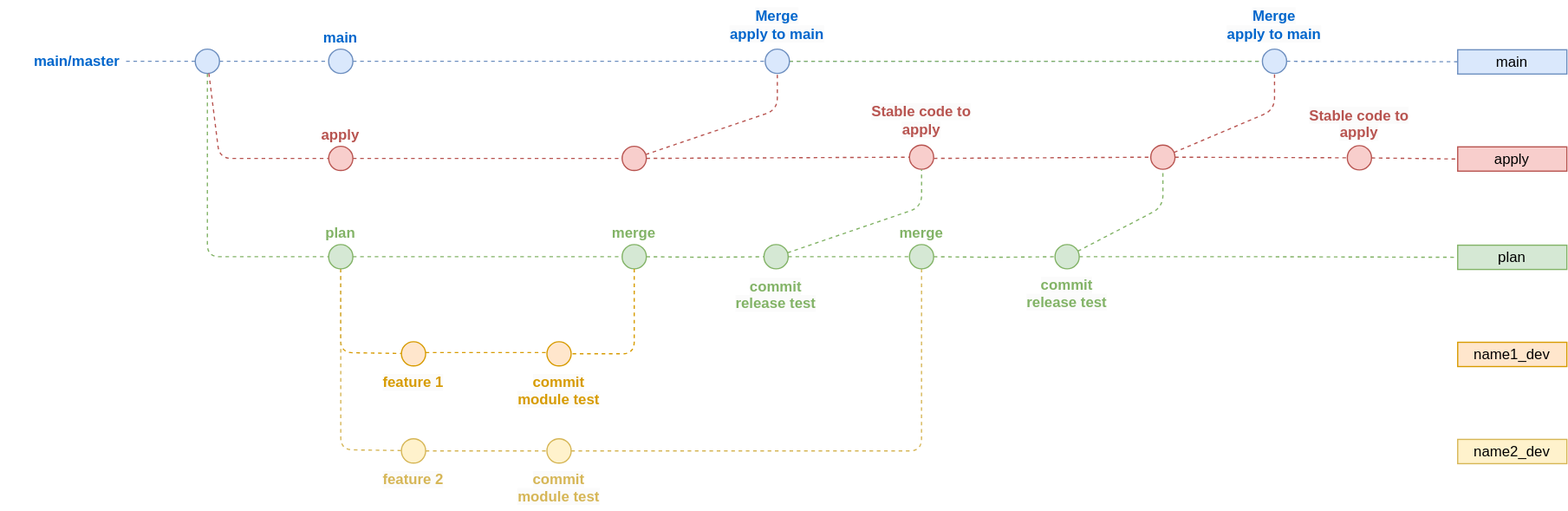
This is img/branch.drawio.svg from avaloqcloud/acf_devops, a draw.io export, as it was before one commit. Source tidied: cells renumbered, new cells last; positions are measured from the earlier drawing's top-left corner, leaving out a move shared by most shapes.
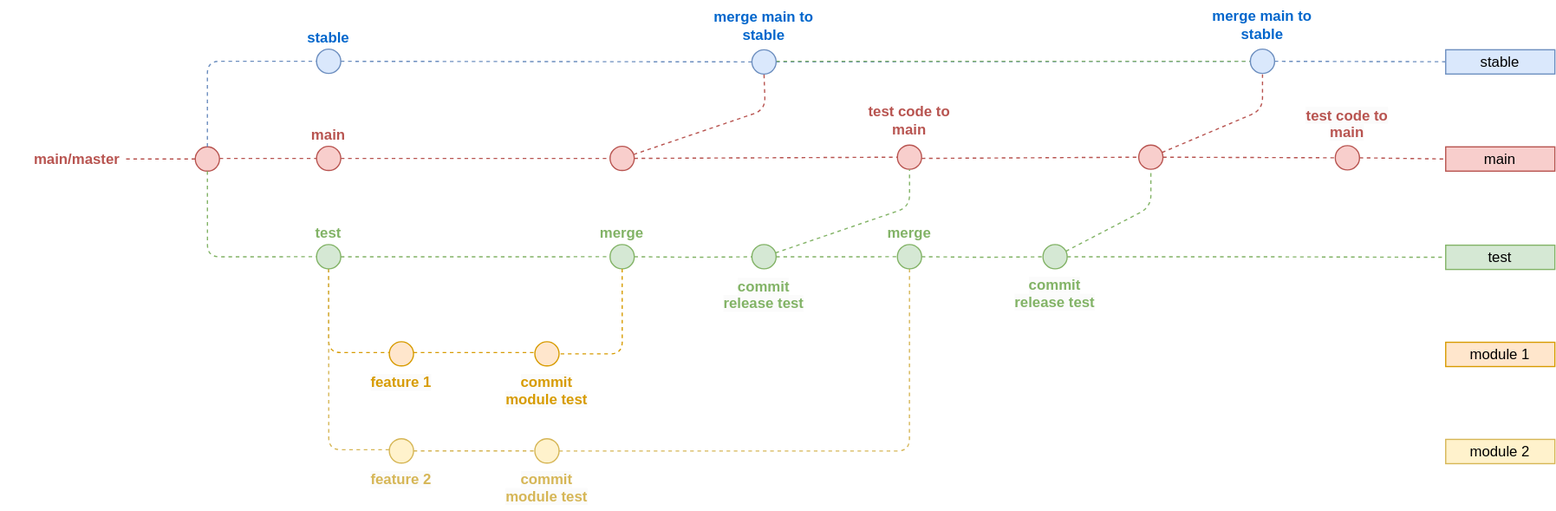
After the commit.

The edit, as a diff of the source:
```diff
@@ -7,17 +7,10 @@
         <mxPoint x="1060" y="50" as="sourcePoint" />
       </mxGeometry>
     </mxCell>
-    <mxCell id="3" style="edgeStyle=orthogonalEdgeStyle;rounded=1;jettySize=auto;html=1;dashed=1;endArrow=none;endFill=0;fillColor=#d5e8d4;strokeColor=#82b366;entryX=0;entryY=0.5;entryDx=0;entryDy=0;" parent="1" edge="1" source="4" target="47">
-      <mxGeometry relative="1" as="geometry">
-        <Array as="points">
-          <mxPoint x="170" y="211" />
-        </Array>
-      </mxGeometry>
-    </mxCell>
-    <mxCell id="4" style="ellipse;whiteSpace=wrap;html=1;fillColor=#dae8fc;strokeColor=#6c8ebf;fontStyle=1;labelPosition=center;verticalLabelPosition=top;align=center;verticalAlign=bottom;fontColor=#0066CC;" parent="1" vertex="1">
-      <mxGeometry x="160" y="40" width="20" height="20" as="geometry" />
+    <mxCell id="4" style="ellipse;whiteSpace=wrap;html=1;fillColor=#F8CECC;strokeColor=#B85450;fontStyle=1;labelPosition=center;verticalLabelPosition=top;align=center;verticalAlign=bottom;fontColor=#0066CC;" parent="1" vertex="1">
+      <mxGeometry x="170" y="120.5" width="20" height="20" as="geometry" />
     </mxCell>
-    <mxCell id="5" value="main" style="text;html=1;strokeColor=#6c8ebf;fillColor=#dae8fc;align=center;verticalAlign=middle;whiteSpace=wrap;rounded=0;" parent="1" vertex="1">
+    <mxCell id="5" value="stable" style="text;html=1;strokeColor=#6c8ebf;fillColor=#dae8fc;align=center;verticalAlign=middle;whiteSpace=wrap;rounded=0;" parent="1" vertex="1">
       <mxGeometry x="1201.1" y="40.5" width="90" height="20" as="geometry" />
     </mxCell>
     <mxCell id="6" style="endArrow=none;dashed=1;html=1;fillColor=#dae8fc;strokeColor=#6c8ebf;" parent="1" edge="1" source="38">
@@ -25,7 +18,7 @@
         <mxPoint x="1040" y="50" as="targetPoint" />
       </mxGeometry>
     </mxCell>
-    <mxCell id="7" value="apply" style="text;html=1;strokeColor=#b85450;fillColor=#f8cecc;align=center;verticalAlign=middle;whiteSpace=wrap;rounded=0;" parent="1" vertex="1">
+    <mxCell id="7" value="main" style="text;html=1;strokeColor=#b85450;fillColor=#f8cecc;align=center;verticalAlign=middle;whiteSpace=wrap;rounded=0;" parent="1" vertex="1">
       <mxGeometry x="1201.1" y="120.5" width="90" height="20" as="geometry" />
     </mxCell>
     <mxCell id="8" style="edgeStyle=orthogonalEdgeStyle;rounded=1;jettySize=auto;html=1;dashed=1;endArrow=none;endFill=0;fillColor=#d5e8d4;strokeColor=#82b366;" parent="1" edge="1" source="21" target="10">
@@ -39,7 +32,7 @@
         </Array>
       </mxGeometry>
     </mxCell>
-    <mxCell id="10" value="plan" style="text;html=1;strokeColor=#82b366;fillColor=#d5e8d4;align=center;verticalAlign=middle;whiteSpace=wrap;rounded=0;" parent="1" vertex="1">
+    <mxCell id="10" value="test" style="text;html=1;strokeColor=#82b366;fillColor=#d5e8d4;align=center;verticalAlign=middle;whiteSpace=wrap;rounded=0;" parent="1" vertex="1">
       <mxGeometry x="1201.1" y="201.5" width="90" height="20" as="geometry" />
     </mxCell>
     <mxCell id="11" style="edgeStyle=orthogonalEdgeStyle;rounded=1;jettySize=auto;html=1;dashed=1;endArrow=none;endFill=0;fillColor=#d5e8d4;strokeColor=#82b366;entryX=0;entryY=0.5;entryDx=0;entryDy=0;" parent="1" edge="1" source="47">
@@ -58,7 +51,7 @@
     <mxCell id="14" style="endArrow=none;dashed=1;html=1;fillColor=#dae8fc;strokeColor=#6c8ebf;entryX=0;entryY=0.5;entryDx=0;entryDy=0;" parent="1" edge="1" source="4" target="23">
       <mxGeometry relative="1" as="geometry">
         <Array as="points">
-          <mxPoint x="210" y="50" />
+          <mxPoint x="180" y="50" />
         </Array>
       </mxGeometry>
     </mxCell>
@@ -78,10 +71,10 @@
         <mxPoint x="748.9" y="211" as="targetPoint" />
       </mxGeometry>
     </mxCell>
-    <mxCell id="18" value="name1_dev" style="text;html=1;strokeColor=#d79b00;fillColor=#ffe6cc;align=center;verticalAlign=middle;whiteSpace=wrap;rounded=0;" parent="1" vertex="1">
+    <mxCell id="18" value="module 1" style="text;html=1;strokeColor=#d79b00;fillColor=#ffe6cc;align=center;verticalAlign=middle;whiteSpace=wrap;rounded=0;" parent="1" vertex="1">
       <mxGeometry x="1201.1" y="281.5" width="90" height="20" as="geometry" />
     </mxCell>
-    <mxCell id="19" value="name2_dev" style="text;html=1;strokeColor=#d6b656;fillColor=#fff2cc;align=center;verticalAlign=middle;whiteSpace=wrap;rounded=0;" parent="1" vertex="1">
+    <mxCell id="19" value="module 2" style="text;html=1;strokeColor=#d6b656;fillColor=#fff2cc;align=center;verticalAlign=middle;whiteSpace=wrap;rounded=0;" parent="1" vertex="1">
       <mxGeometry x="1201.1" y="361.5" width="90" height="20" as="geometry" />
     </mxCell>
     <mxCell id="20" style="edgeStyle=orthogonalEdgeStyle;rounded=1;jettySize=auto;html=1;dashed=1;endArrow=none;endFill=0;fontSize=12;fontColor=#FFB570;fillColor=#e1d5e7;strokeColor=#D79B00;" parent="1" edge="1" source="51" target="58">
@@ -100,17 +93,17 @@
         <mxPoint x="768.9" y="211" as="sourcePoint" />
       </mxGeometry>
     </mxCell>
-    <mxCell id="23" value="main" style="ellipse;whiteSpace=wrap;html=1;fillColor=#dae8fc;strokeColor=#6c8ebf;fontStyle=1;labelPosition=center;verticalLabelPosition=top;align=center;verticalAlign=bottom;fontColor=#0066CC;" parent="1" vertex="1">
+    <mxCell id="23" value="stable" style="ellipse;whiteSpace=wrap;html=1;fillColor=#dae8fc;strokeColor=#6c8ebf;fontStyle=1;labelPosition=center;verticalLabelPosition=top;align=center;verticalAlign=bottom;fontColor=#0066CC;" parent="1" vertex="1">
       <mxGeometry x="270" y="40" width="20" height="20" as="geometry" />
     </mxCell>
     <mxCell id="24" style="endArrow=none;dashed=1;html=1;fillColor=#dae8fc;strokeColor=#6c8ebf;entryX=0;entryY=0.5;entryDx=0;entryDy=0;exitX=1;exitY=0.5;exitDx=0;exitDy=0;" parent="1" edge="1" source="23" target="38">
       <mxGeometry relative="1" as="geometry" />
     </mxCell>
-    <mxCell id="25" style="endArrow=none;dashed=1;html=1;fillColor=#dae8fc;strokeColor=#6c8ebf;exitX=0;exitY=0.5;exitDx=0;exitDy=0;entryX=1;entryY=0.5;entryDx=0;entryDy=0;" parent="1" edge="1" source="4" target="26">
+    <mxCell id="25" style="endArrow=none;dashed=1;html=1;fillColor=#dae8fc;strokeColor=#B85450;exitX=0;exitY=0.5;exitDx=0;exitDy=0;entryX=1;entryY=0.5;entryDx=0;entryDy=0;" parent="1" edge="1" source="4" target="26">
       <mxGeometry relative="1" as="geometry" />
     </mxCell>
-    <mxCell id="26" value="&lt;span style=&quot;color: rgb(0, 102, 204); font-family: Helvetica; font-size: 12px; font-style: normal; font-variant-ligatures: normal; font-variant-caps: normal; font-weight: 700; letter-spacing: normal; orphans: 2; text-indent: 0px; text-transform: none; widows: 2; word-spacing: 0px; -webkit-text-stroke-width: 0px; text-decoration-thickness: initial; text-decoration-style: initial; text-decoration-color: initial; float: none; display: inline !important;&quot;&gt;main/master&lt;/span&gt;" style="text;whiteSpace=wrap;html=1;align=right;verticalAlign=middle;labelBackgroundColor=default;" parent="1" vertex="1">
-      <mxGeometry y="30" width="100" height="40" as="geometry" />
+    <mxCell id="26" value="&lt;span style=&quot;font-family: Helvetica; font-size: 12px; font-style: normal; font-variant-ligatures: normal; font-variant-caps: normal; font-weight: 700; letter-spacing: normal; orphans: 2; text-indent: 0px; text-transform: none; widows: 2; word-spacing: 0px; -webkit-text-stroke-width: 0px; text-decoration-thickness: initial; float: none; display: inline !important;&quot;&gt;&lt;font color=&quot;#b85450&quot;&gt;main/master&lt;/font&gt;&lt;/span&gt;" style="text;whiteSpace=wrap;html=1;align=right;verticalAlign=middle;labelBackgroundColor=default;" parent="1" vertex="1">
+      <mxGeometry x="10" y="110.5" width="100" height="40" as="geometry" />
     </mxCell>
     <mxCell id="27" style="endArrow=none;dashed=1;html=1;fillColor=#f8cecc;strokeColor=#b85450;endFill=0;" parent="1" edge="1" source="36" target="38">
       <mxGeometry relative="1" as="geometry">
@@ -156,12 +149,12 @@
       <mxGeometry x="512" y="120" width="20" height="20" as="geometry" />
     </mxCell>
     <mxCell id="37" style="group;" parent="1" vertex="1">
-      <mxGeometry x="590" width="100" height="60" as="geometry" />
+      <mxGeometry x="589" y="0.5" width="100" height="60" as="geometry" />
     </mxCell>
     <mxCell id="38" style="ellipse;whiteSpace=wrap;html=1;fillColor=#dae8fc;strokeColor=#6c8ebf;fontStyle=1;labelPosition=center;verticalLabelPosition=top;align=center;verticalAlign=bottom;fontColor=#0066CC;" parent="37" vertex="1">
       <mxGeometry x="40" y="40" width="20" height="20" as="geometry" />
     </mxCell>
-    <mxCell id="39" value="&lt;span style=&quot;color: rgb(0, 102, 204); font-family: Helvetica; font-size: 12px; font-style: normal; font-variant-ligatures: normal; font-variant-caps: normal; font-weight: 700; letter-spacing: normal; orphans: 2; text-indent: 0px; text-transform: none; widows: 2; word-spacing: 0px; -webkit-text-stroke-width: 0px; background-color: rgb(251, 251, 251); text-decoration-thickness: initial; text-decoration-style: initial; text-decoration-color: initial; float: none; display: inline !important;&quot;&gt;Merge &lt;br&gt;apply to main&lt;/span&gt;" style="text;whiteSpace=wrap;html=1;verticalAlign=middle;align=center;" parent="37" vertex="1">
+    <mxCell id="39" value="&lt;div style=&quot;orphans: 2; widows: 2;&quot;&gt;&lt;font color=&quot;#0066cc&quot;&gt;&lt;span style=&quot;caret-color: rgb(0, 102, 204);&quot;&gt;&lt;b&gt;merge main to stable&lt;/b&gt;&lt;/span&gt;&lt;/font&gt;&lt;/div&gt;" style="text;whiteSpace=wrap;html=1;verticalAlign=middle;align=center;" parent="37" vertex="1">
       <mxGeometry width="100" height="40" as="geometry" />
     </mxCell>
     <mxCell id="40" style="group;" parent="1" vertex="1">
@@ -170,20 +163,15 @@
     <mxCell id="41" style="ellipse;whiteSpace=wrap;html=1;fillColor=#f8cecc;strokeColor=#b85450;" parent="40" vertex="1">
       <mxGeometry x="40" y="40" width="20" height="20" as="geometry" />
     </mxCell>
-    <mxCell id="42" value="&lt;span style=&quot;font-family: Helvetica; font-size: 12px; font-style: normal; font-variant-ligatures: normal; font-variant-caps: normal; font-weight: 700; letter-spacing: normal; orphans: 2; text-indent: 0px; text-transform: none; widows: 2; word-spacing: 0px; -webkit-text-stroke-width: 0px; background-color: rgb(251, 251, 251); text-decoration-thickness: initial; text-decoration-style: initial; text-decoration-color: initial; float: none; display: inline !important;&quot;&gt;&lt;font color=&quot;#b85450&quot;&gt;Stable code to apply&lt;/font&gt;&lt;/span&gt;" style="text;whiteSpace=wrap;html=1;align=center;verticalAlign=middle;" parent="40" vertex="1">
-      <mxGeometry width="100" height="40" as="geometry" />
-    </mxCell>
     <mxCell id="43" style="endArrow=none;dashed=1;html=1;fillColor=#f8cecc;strokeColor=#b85450;endFill=0;entryX=0;entryY=0.5;entryDx=0;entryDy=0;" parent="1" edge="1" source="29" target="7">
       <mxGeometry relative="1" as="geometry" />
     </mxCell>
-    <mxCell id="44" style="endArrow=none;dashed=1;html=1;fillColor=#f8cecc;strokeColor=#b85450;entryX=0;entryY=0.5;entryDx=0;entryDy=0;endFill=0;" parent="1" edge="1" source="4" target="45">
+    <mxCell id="44" style="endArrow=none;dashed=1;html=1;fillColor=#f8cecc;strokeColor=#b85450;entryX=0;entryY=0.5;entryDx=0;entryDy=0;endFill=0;" parent="1" edge="1" target="45">
       <mxGeometry relative="1" as="geometry">
-        <Array as="points">
-          <mxPoint x="180" y="130" />
-        </Array>
+        <mxPoint x="190" y="130" as="sourcePoint" />
       </mxGeometry>
     </mxCell>
-    <mxCell id="45" value="apply" style="ellipse;whiteSpace=wrap;html=1;fillColor=#f8cecc;strokeColor=#b85450;fontStyle=1;labelPosition=center;verticalLabelPosition=top;align=center;verticalAlign=bottom;fontColor=#B85450;" parent="1" vertex="1">
+    <mxCell id="45" value="main" style="ellipse;whiteSpace=wrap;html=1;fillColor=#f8cecc;strokeColor=#b85450;fontStyle=1;labelPosition=center;verticalLabelPosition=top;align=center;verticalAlign=bottom;fontColor=#B85450;" parent="1" vertex="1">
       <mxGeometry x="270" y="120" width="20" height="20" as="geometry" />
     </mxCell>
     <mxCell id="46" style="edgeStyle=orthogonalEdgeStyle;rounded=1;jettySize=auto;html=1;dashed=1;endArrow=none;endFill=0;fillColor=#d5e8d4;strokeColor=#82b366;entryX=0;entryY=0.5;entryDx=0;entryDy=0;" parent="1" edge="1" target="47">
@@ -191,7 +179,7 @@
         <mxPoint x="290" y="211" as="sourcePoint" />
       </mxGeometry>
     </mxCell>
-    <mxCell id="47" value="&lt;font color=&quot;#82b366&quot;&gt;plan&lt;/font&gt;" style="ellipse;whiteSpace=wrap;html=1;fillColor=#d5e8d4;strokeColor=#82b366;fontStyle=1;labelPosition=center;verticalLabelPosition=top;align=center;verticalAlign=bottom;" parent="1" vertex="1">
+    <mxCell id="47" value="&lt;font color=&quot;#82b366&quot;&gt;test&lt;/font&gt;" style="ellipse;whiteSpace=wrap;html=1;fillColor=#d5e8d4;strokeColor=#82b366;fontStyle=1;labelPosition=center;verticalLabelPosition=top;align=center;verticalAlign=bottom;" parent="1" vertex="1">
       <mxGeometry x="270" y="201" width="20" height="20" as="geometry" />
     </mxCell>
     <mxCell id="48" value="&lt;font color=&quot;#82b366&quot;&gt;merge&lt;/font&gt;" style="ellipse;whiteSpace=wrap;html=1;fillColor=#d5e8d4;strokeColor=#82b366;fontStyle=1;labelPosition=center;verticalLabelPosition=top;align=center;verticalAlign=bottom;" parent="1" vertex="1">
@@ -253,7 +241,7 @@
         </Array>
       </mxGeometry>
     </mxCell>
-    <mxCell id="65" value="&lt;span style=&quot;color: rgb(184, 84, 80); font-family: Helvetica; font-size: 12px; font-style: normal; font-variant-ligatures: normal; font-variant-caps: normal; font-weight: 700; letter-spacing: normal; orphans: 2; text-indent: 0px; text-transform: none; widows: 2; word-spacing: 0px; -webkit-text-stroke-width: 0px; background-color: rgb(251, 251, 251); text-decoration-thickness: initial; text-decoration-style: initial; text-decoration-color: initial; float: none; display: inline !important;&quot;&gt;Stable code to apply&lt;/span&gt;" style="text;whiteSpace=wrap;html=1;align=center;" parent="1" vertex="1">
+    <mxCell id="65" value="&lt;span style=&quot;color: rgb(184, 84, 80); font-family: Helvetica; font-size: 12px; font-style: normal; font-variant-ligatures: normal; font-variant-caps: normal; font-weight: 700; letter-spacing: normal; orphans: 2; text-indent: 0px; text-transform: none; widows: 2; word-spacing: 0px; -webkit-text-stroke-width: 0px; background-color: rgb(251, 251, 251); text-decoration-thickness: initial; text-decoration-style: initial; text-decoration-color: initial; float: none; display: inline !important;&quot;&gt;test code to main&lt;/span&gt;" style="text;whiteSpace=wrap;html=1;align=center;" parent="1" vertex="1">
       <mxGeometry x="1070" y="80.5" width="100" height="40" as="geometry" />
     </mxCell>
     <mxCell id="66" style="endArrow=none;dashed=1;html=1;fillColor=#f8cecc;strokeColor=#82B366;endFill=0;" parent="1" edge="1" source="21" target="28">
@@ -272,8 +260,18 @@
     <mxCell id="69" style="ellipse;whiteSpace=wrap;html=1;fillColor=#dae8fc;strokeColor=#6c8ebf;fontStyle=1;labelPosition=center;verticalLabelPosition=top;align=center;verticalAlign=bottom;fontColor=#0066CC;" parent="68" vertex="1">
       <mxGeometry x="40" y="40" width="20" height="20" as="geometry" />
     </mxCell>
-    <mxCell id="70" value="&lt;span style=&quot;color: rgb(0, 102, 204); font-family: Helvetica; font-size: 12px; font-style: normal; font-variant-ligatures: normal; font-variant-caps: normal; font-weight: 700; letter-spacing: normal; orphans: 2; text-indent: 0px; text-transform: none; widows: 2; word-spacing: 0px; -webkit-text-stroke-width: 0px; background-color: rgb(251, 251, 251); text-decoration-thickness: initial; text-decoration-style: initial; text-decoration-color: initial; float: none; display: inline !important;&quot;&gt;Merge &lt;br&gt;apply to main&lt;/span&gt;" style="text;whiteSpace=wrap;html=1;verticalAlign=middle;align=center;" parent="68" vertex="1">
+    <mxCell id="70" value="&lt;div style=&quot;orphans: 2; widows: 2;&quot;&gt;&lt;font color=&quot;#0066cc&quot;&gt;&lt;span style=&quot;caret-color: rgb(0, 102, 204);&quot;&gt;&lt;b&gt;merge main to stable&lt;/b&gt;&lt;/span&gt;&lt;/font&gt;&lt;/div&gt;" style="text;whiteSpace=wrap;html=1;verticalAlign=middle;align=center;" parent="68" vertex="1">
       <mxGeometry width="100" height="40" as="geometry" />
     </mxCell>
+    <mxCell id="3" style="edgeStyle=orthogonalEdgeStyle;rounded=1;jettySize=auto;html=1;dashed=1;endArrow=none;endFill=0;fillColor=#d5e8d4;strokeColor=#82b366;entryX=0;entryY=0.5;entryDx=0;entryDy=0;exitX=0.5;exitY=1;exitDx=0;exitDy=0;" parent="1" edge="1" source="4" target="47">
+      <mxGeometry relative="1" as="geometry">
+        <Array as="points">
+          <mxPoint x="180" y="211" />
+        </Array>
+      </mxGeometry>
+    </mxCell>
+    <mxCell id="42" value="&lt;font color=&quot;#b85450&quot;&gt;&lt;span style=&quot;caret-color: rgb(184, 84, 80);&quot;&gt;&lt;b&gt;test code to main&lt;/b&gt;&lt;/span&gt;&lt;/font&gt;" style="text;whiteSpace=wrap;html=1;align=center;verticalAlign=middle;" parent="1" vertex="1">
+      <mxGeometry x="708.9" y="79" width="100" height="40" as="geometry" />
+    </mxCell>
   </root>
 </mxGraphModel>
```
